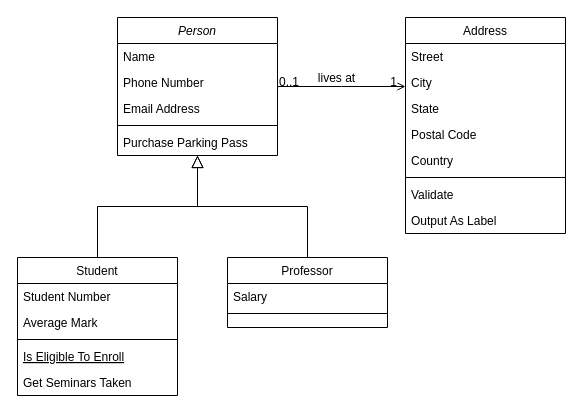
The draw.io diagram Biểu đồ không có tiêu đề.drawio in DinziloZ/Database, before the edit. Source tidied: cells renumbered, new cells numbered last; positions are measured from the earlier drawing's top-left corner, leaving out a move shared by most shapes. Both pictures are drawn from the tidied source at 100%, with x=0, y=0 at pixel (17, 17).
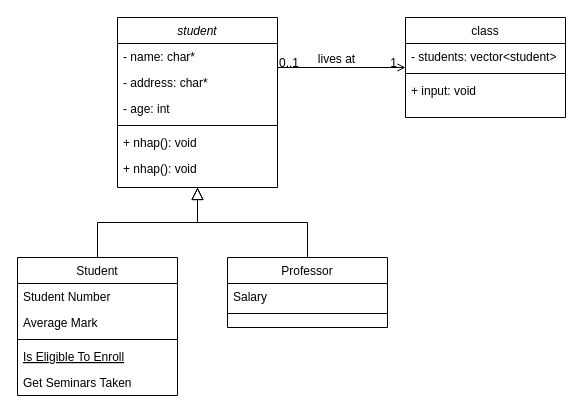
The same page after the edit.

Commit message (it also covers changes not shown here):
class diagram

What changed in the source:
```diff
@@
-    <mxCell id="2" value="Person" style="swimlane;fontStyle=2;align=center;verticalAlign=top;horizontal=1;startSize=26;rounded=0;shadow=0;strokeWidth=1;" parent="1" vertex="1">
-      <mxGeometry x="100" width="160" height="138" as="geometry" />
+    <mxCell id="2" value="student" style="swimlane;fontStyle=2;align=center;verticalAlign=top;horizontal=1;startSize=26;rounded=0;shadow=0;strokeWidth=1;" parent="1" vertex="1">
+      <mxGeometry x="100" width="160" height="170" as="geometry" />
     </mxCell>
-    <mxCell id="3" value="Name" style="text;align=left;verticalAlign=top;spacingLeft=4;spacingRight=4;overflow=hidden;" parent="2" vertex="1">
+    <mxCell id="3" value="- name: char*" style="text;align=left;verticalAlign=top;spacingLeft=4;spacingRight=4;overflow=hidden;" parent="2" vertex="1">
       <mxGeometry y="26" width="160" height="26" as="geometry" />
     </mxCell>
+    <mxCell id="5" value="- address: char*" style="text;align=left;verticalAlign=top;spacingLeft=4;spacingRight=4;overflow=hidden;rounded=0;shadow=0;html=0;" parent="2" vertex="1">
+      <mxGeometry y="52" width="160" height="26" as="geometry" />
+    </mxCell>
-    <mxCell id="4" value="Phone Number" style="text;align=left;verticalAlign=top;spacingLeft=4;spacingRight=4;overflow=hidden;rounded=0;shadow=0;html=0;" parent="2" vertex="1">
-      <mxGeometry y="52" width="160" height="26" as="geometry" />
+    <mxCell id="4" value="- age: int" style="text;align=left;verticalAlign=top;spacingLeft=4;spacingRight=4;overflow=hidden;rounded=0;shadow=0;html=0;" parent="2" vertex="1">
+      <mxGeometry y="78" width="160" height="26" as="geometry" />
     </mxCell>
-    <mxCell id="5" value="Email Address" style="text;align=left;verticalAlign=top;spacingLeft=4;spacingRight=4;overflow=hidden;rounded=0;shadow=0;html=0;" parent="2" vertex="1">
-      <mxGeometry y="78" width="160" height="26" as="geometry" />
-    </mxCell>
@@
-    <mxCell id="7" value="Purchase Parking Pass" style="text;align=left;verticalAlign=top;spacingLeft=4;spacingRight=4;overflow=hidden;" parent="2" vertex="1">
+    <mxCell id="7" value="+ nhap(): void" style="text;align=left;verticalAlign=top;spacingLeft=4;spacingRight=4;overflow=hidden;" parent="2" vertex="1">
       <mxGeometry y="112" width="160" height="26" as="geometry" />
     </mxCell>
+    <mxCell id="32" value="+ nhap(): void" style="text;align=left;verticalAlign=top;spacingLeft=4;spacingRight=4;overflow=hidden;" parent="2" vertex="1">
+      <mxGeometry y="138" width="160" height="26" as="geometry" />
+    </mxCell>
@@
-    <mxCell id="19" value="Address" style="swimlane;fontStyle=0;align=center;verticalAlign=top;horizontal=1;startSize=26;rounded=0;shadow=0;strokeWidth=1;" parent="1" vertex="1">
-      <mxGeometry x="388" width="160" height="216" as="geometry" />
+    <mxCell id="19" value="class" style="swimlane;fontStyle=0;align=center;verticalAlign=top;horizontal=1;startSize=26;rounded=0;shadow=0;strokeWidth=1;" parent="1" vertex="1">
+      <mxGeometry x="388" width="160" height="100" as="geometry" />
     </mxCell>
-    <mxCell id="20" value="Street" style="text;align=left;verticalAlign=top;spacingLeft=4;spacingRight=4;overflow=hidden;" parent="19" vertex="1">
+    <mxCell id="20" value="- students: vector&lt;student&gt;" style="text;align=left;verticalAlign=top;spacingLeft=4;spacingRight=4;overflow=hidden;" parent="19" vertex="1">
       <mxGeometry y="26" width="160" height="26" as="geometry" />
     </mxCell>
-    <mxCell id="21" value="City" style="text;align=left;verticalAlign=top;spacingLeft=4;spacingRight=4;overflow=hidden;rounded=0;shadow=0;html=0;" parent="19" vertex="1">
-      <mxGeometry y="52" width="160" height="26" as="geometry" />
-    </mxCell>
-    <mxCell id="22" value="State" style="text;align=left;verticalAlign=top;spacingLeft=4;spacingRight=4;overflow=hidden;rounded=0;shadow=0;html=0;" parent="19" vertex="1">
-      <mxGeometry y="78" width="160" height="26" as="geometry" />
-    </mxCell>
-    <mxCell id="23" value="Postal Code" style="text;align=left;verticalAlign=top;spacingLeft=4;spacingRight=4;overflow=hidden;rounded=0;shadow=0;html=0;" parent="19" vertex="1">
-      <mxGeometry y="104" width="160" height="26" as="geometry" />
-    </mxCell>
-    <mxCell id="24" value="Country" style="text;align=left;verticalAlign=top;spacingLeft=4;spacingRight=4;overflow=hidden;rounded=0;shadow=0;html=0;" parent="19" vertex="1">
-      <mxGeometry y="130" width="160" height="26" as="geometry" />
-    </mxCell>
     <mxCell id="25" style="line;html=1;strokeWidth=1;align=left;verticalAlign=middle;spacingTop=-1;spacingLeft=3;spacingRight=3;labelPosition=right;" parent="19" vertex="1">
-      <mxGeometry y="156" width="160" height="8" as="geometry" />
+      <mxGeometry y="52" width="160" height="8" as="geometry" />
     </mxCell>
-    <mxCell id="26" value="Validate" style="text;align=left;verticalAlign=top;spacingLeft=4;spacingRight=4;overflow=hidden;" parent="19" vertex="1">
-      <mxGeometry y="164" width="160" height="26" as="geometry" />
+    <mxCell id="26" value="+ input: void" style="text;align=left;verticalAlign=top;spacingLeft=4;spacingRight=4;overflow=hidden;" parent="19" vertex="1">
+      <mxGeometry y="60" width="160" height="26" as="geometry" />
     </mxCell>
-    <mxCell id="27" value="Output As Label" style="text;align=left;verticalAlign=top;spacingLeft=4;spacingRight=4;overflow=hidden;" parent="19" vertex="1">
-      <mxGeometry y="190" width="160" height="26" as="geometry" />
-    </mxCell>
```
